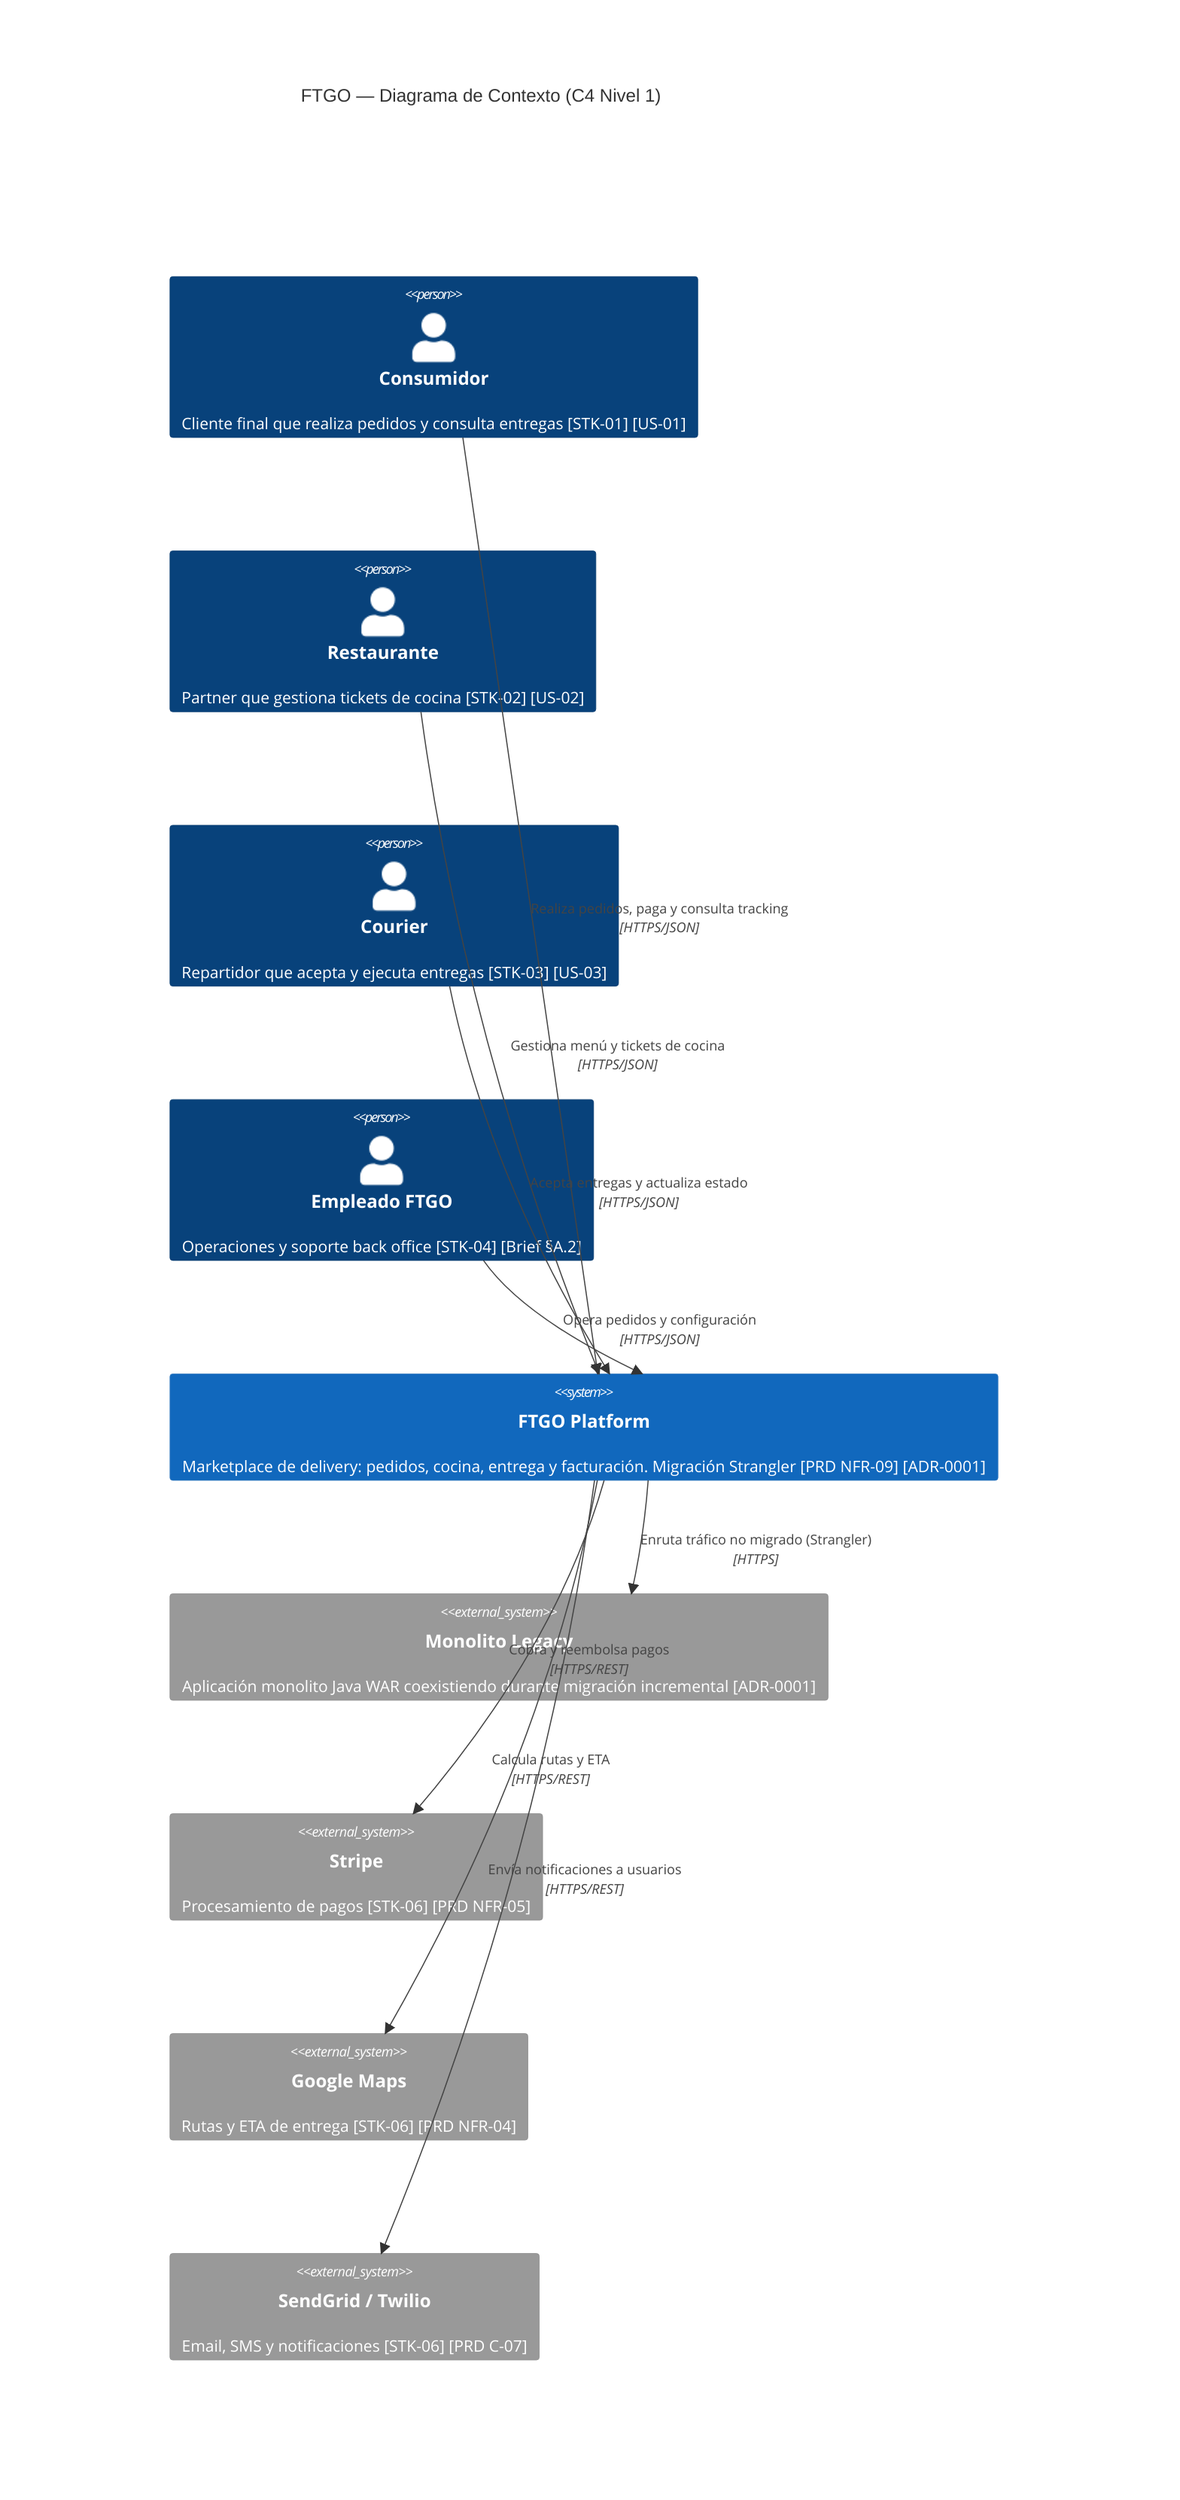
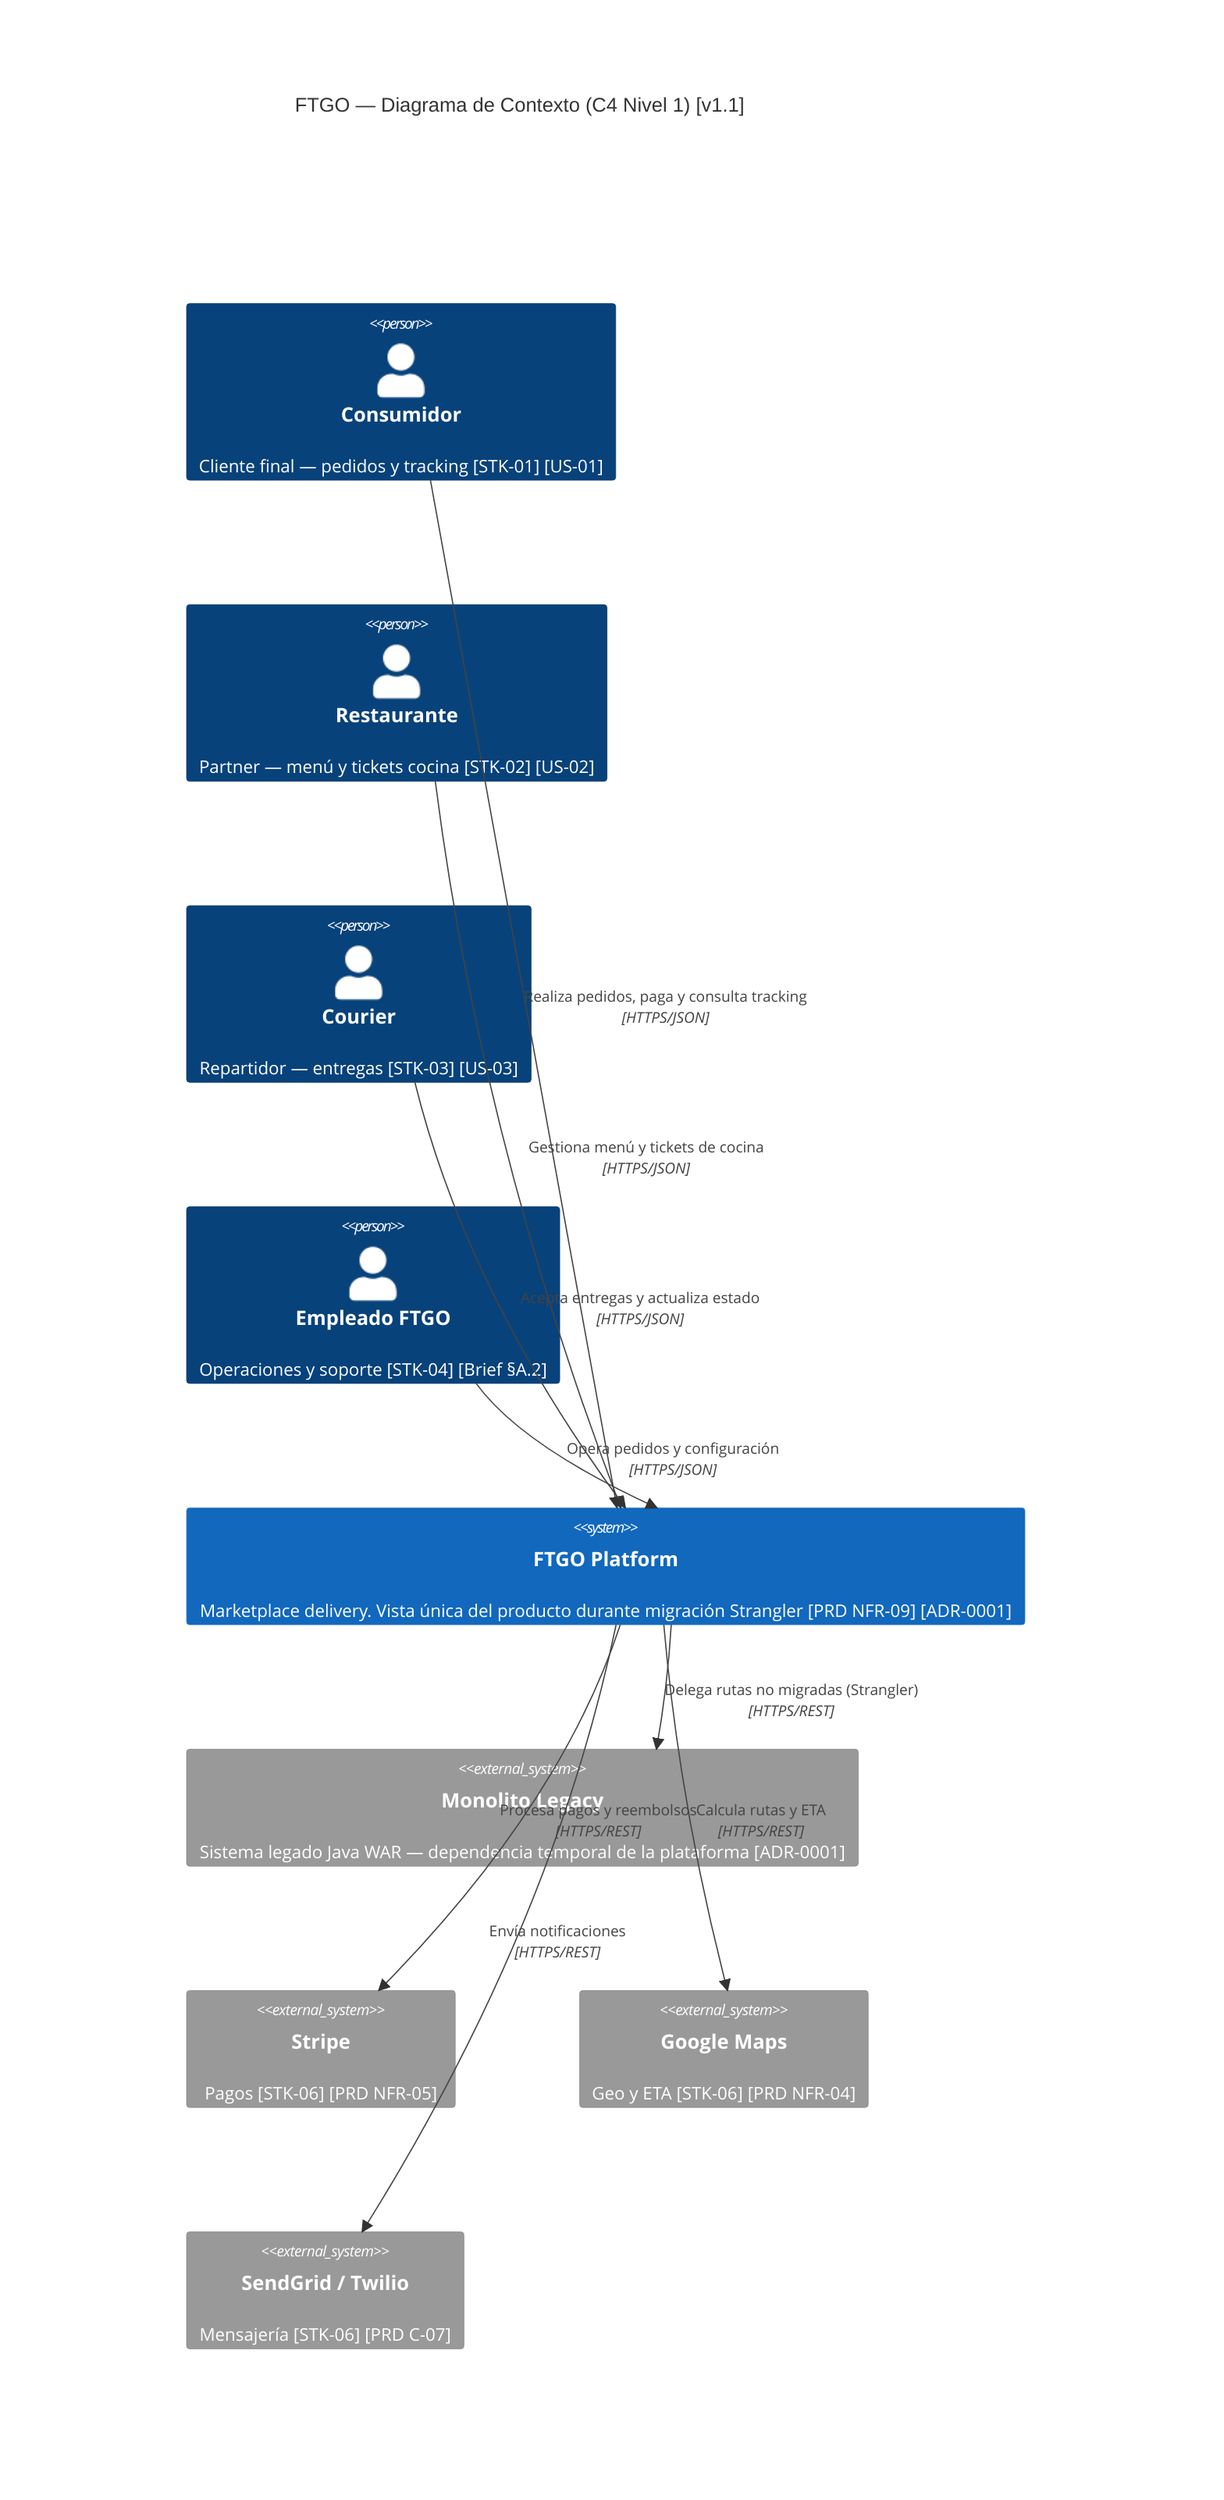
C4Context
-     title FTGO — Diagrama de Contexto (C4 Nivel 1)
+     title FTGO — Diagrama de Contexto (C4 Nivel 1) [v1.1]

-     Person(consumidor, "Consumidor", "Cliente final que realiza pedidos y consulta entregas [STK-01] [US-01]")
-     Person(restaurante, "Restaurante", "Partner que gestiona tickets de cocina [STK-02] [US-02]")
-     Person(courier, "Courier", "Repartidor que acepta y ejecuta entregas [STK-03] [US-03]")
-     Person(backoffice, "Empleado FTGO", "Operaciones y soporte back office [STK-04] [Brief §A.2]")
+     Person(consumidor, "Consumidor", "Cliente final — pedidos y tracking [STK-01] [US-01]")
+     Person(restaurante, "Restaurante", "Partner — menú y tickets cocina [STK-02] [US-02]")
+     Person(courier, "Courier", "Repartidor — entregas [STK-03] [US-03]")
+     Person(backoffice, "Empleado FTGO", "Operaciones y soporte [STK-04] [Brief §A.2]")

-     System(ftgo, "FTGO Platform", "Marketplace de delivery: pedidos, cocina, entrega y facturación. Migración Strangler [PRD NFR-09] [ADR-0001]")
+     System(ftgo, "FTGO Platform", "Marketplace delivery. Vista única del producto durante migración Strangler [PRD NFR-09] [ADR-0001]")

-     System_Ext(monolito, "Monolito Legacy", "Aplicación monolito Java WAR coexistiendo durante migración incremental [ADR-0001]")
-     System_Ext(stripe, "Stripe", "Procesamiento de pagos [STK-06] [PRD NFR-05]")
-     System_Ext(maps, "Google Maps", "Rutas y ETA de entrega [STK-06] [PRD NFR-04]")
-     System_Ext(notify_ext, "SendGrid / Twilio", "Email, SMS y notificaciones [STK-06] [PRD C-07]")
+     System_Ext(monolito, "Monolito Legacy", "Sistema legado Java WAR — dependencia temporal de la plataforma [ADR-0001]")
+     System_Ext(stripe, "Stripe", "Pagos [STK-06] [PRD NFR-05]")
+     System_Ext(maps, "Google Maps", "Geo y ETA [STK-06] [PRD NFR-04]")
+     System_Ext(notify_ext, "SendGrid / Twilio", "Mensajería [STK-06] [PRD C-07]")

    Rel(consumidor, ftgo, "Realiza pedidos, paga y consulta tracking", "HTTPS/JSON")
    Rel(restaurante, ftgo, "Gestiona menú y tickets de cocina", "HTTPS/JSON")
    Rel(courier, ftgo, "Acepta entregas y actualiza estado", "HTTPS/JSON")
    Rel(backoffice, ftgo, "Opera pedidos y configuración", "HTTPS/JSON")

-     Rel(ftgo, monolito, "Enruta tráfico no migrado (Strangler)", "HTTPS")
-     Rel(ftgo, stripe, "Cobra y reembolsa pagos", "HTTPS/REST")
+     Rel(ftgo, monolito, "Delega rutas no migradas (Strangler)", "HTTPS/REST")
+     Rel(ftgo, stripe, "Procesa pagos y reembolsos", "HTTPS/REST")
    Rel(ftgo, maps, "Calcula rutas y ETA", "HTTPS/REST")
-     Rel(ftgo, notify_ext, "Envía notificaciones a usuarios", "HTTPS/REST")
+     Rel(ftgo, notify_ext, "Envía notificaciones", "HTTPS/REST")
